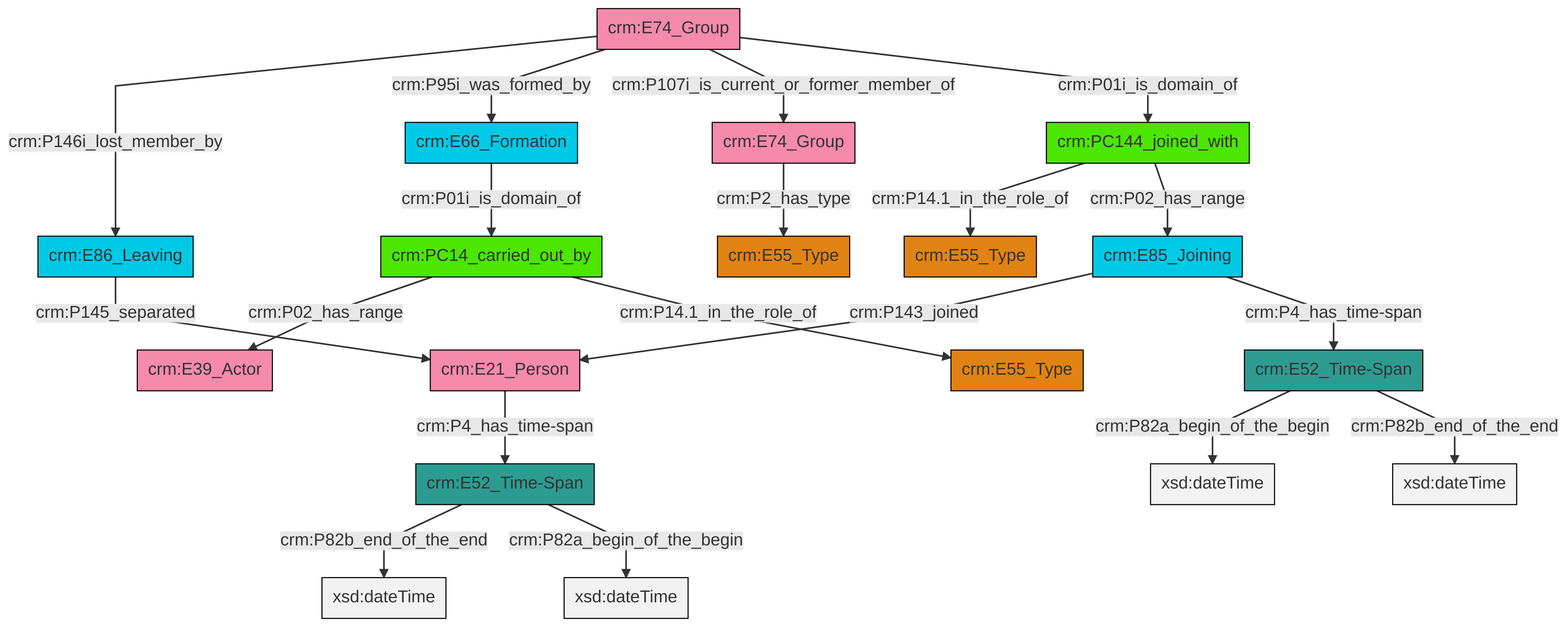
Before: et/groupCSV/ttl/mmd/png/group_actor_relations.png, a diagram exported from Mermaid (swiss-art-research-net/reference-data-models). Its source is kept beside it as et/groupCSV/ttl/mmd/group_actor_relations.ttl.mmd.
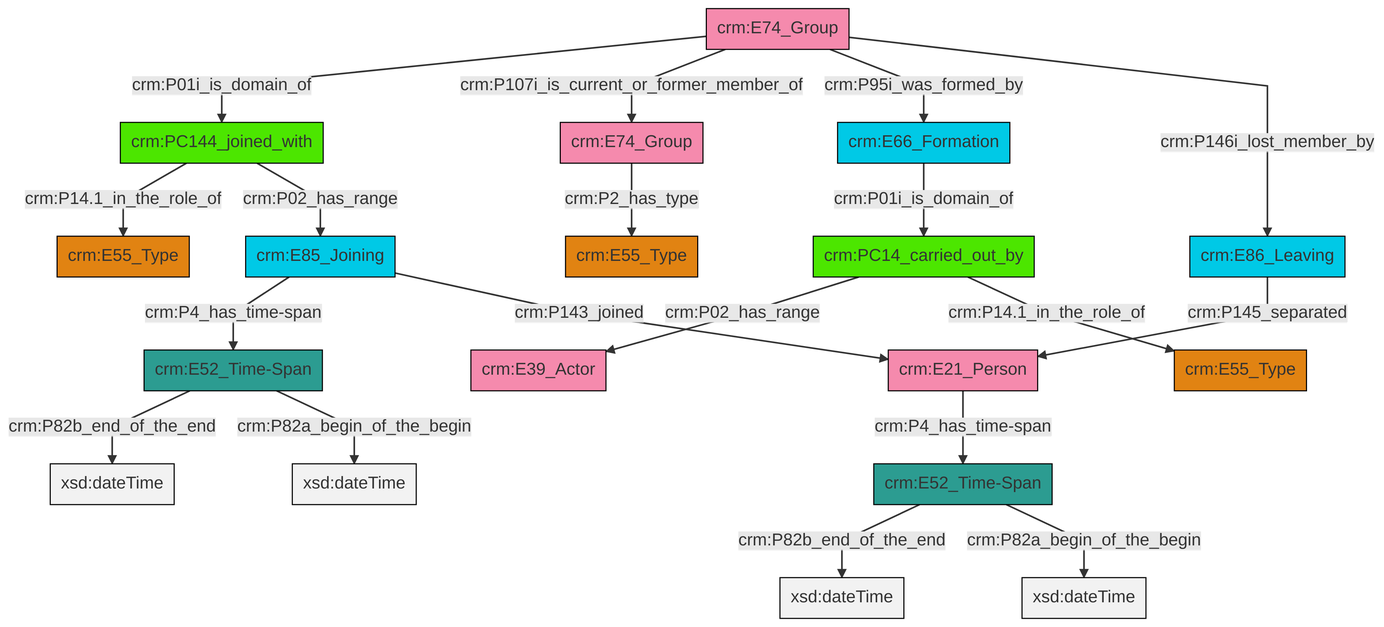
After the commit.

Change to the diagram source:
```diff
@@ -13,21 +13,21 @@
 classDef PC_Classes fill:#4ce600, stroke:#000000;
 classDef Multi fill:#cccccc,stroke:#000000;
 
-0["crm:PC144_joined_with"]:::PC_Classes -->|crm:P14.1_in_the_role_of| 1["crm:E55_Type"]:::Type
-2["crm:E74_Group"]:::Actor -->|crm:P146i_lost_member_by| 3["crm:E86_Leaving"]:::Temporal_Entity
-9["crm:E85_Joining"]:::Temporal_Entity -->|crm:P143_joined| 4["crm:E21_Person"]:::Actor
-10["crm:E52_Time-Span"]:::Time-Span -->|crm:P82b_end_of_the_end| 11[xsd:dateTime]:::Literal
-16["crm:E66_Formation"]:::Temporal_Entity -->|crm:P01i_is_domain_of| 17["crm:PC14_carried_out_by"]:::PC_Classes
-17["crm:PC14_carried_out_by"]:::PC_Classes -->|crm:P02_has_range| 6["crm:E39_Actor"]:::Actor
-9["crm:E85_Joining"]:::Temporal_Entity -->|crm:P4_has_time-span| 22["crm:E52_Time-Span"]:::Time-Span
-4["crm:E21_Person"]:::Actor -->|crm:P4_has_time-span| 10["crm:E52_Time-Span"]:::Time-Span
-17["crm:PC14_carried_out_by"]:::PC_Classes -->|crm:P14.1_in_the_role_of| 18["crm:E55_Type"]:::Type
-2["crm:E74_Group"]:::Actor -->|crm:P95i_was_formed_by| 16["crm:E66_Formation"]:::Temporal_Entity
-10["crm:E52_Time-Span"]:::Time-Span -->|crm:P82a_begin_of_the_begin| 25[xsd:dateTime]:::Literal
-2["crm:E74_Group"]:::Actor -->|crm:P107i_is_current_or_former_member_of| 20["crm:E74_Group"]:::Actor
-2["crm:E74_Group"]:::Actor -->|crm:P01i_is_domain_of| 0["crm:PC144_joined_with"]:::PC_Classes
-22["crm:E52_Time-Span"]:::Time-Span -->|crm:P82a_begin_of_the_begin| 29[xsd:dateTime]:::Literal
-3["crm:E86_Leaving"]:::Temporal_Entity -->|crm:P145_separated| 4["crm:E21_Person"]:::Actor
-0["crm:PC144_joined_with"]:::PC_Classes -->|crm:P02_has_range| 9["crm:E85_Joining"]:::Temporal_Entity
-22["crm:E52_Time-Span"]:::Time-Span -->|crm:P82b_end_of_the_end| 32[xsd:dateTime]:::Literal
-20["crm:E74_Group"]:::Actor -->|crm:P2_has_type| 13["crm:E55_Type"]:::Type
+2["crm:E74_Group"]:::Actor -->|crm:P01i_is_domain_of| 3["crm:PC144_joined_with"]:::PC_Classes
+4["crm:E52_Time-Span"]:::Time-Span -->|crm:P82b_end_of_the_end| 5[xsd:dateTime]:::Literal
+6["crm:PC14_carried_out_by"]:::PC_Classes -->|crm:P02_has_range| 7["crm:E39_Actor"]:::Actor
+3["crm:PC144_joined_with"]:::PC_Classes -->|crm:P14.1_in_the_role_of| 0["crm:E55_Type"]:::Type
+6["crm:PC14_carried_out_by"]:::PC_Classes -->|crm:P14.1_in_the_role_of| 9["crm:E55_Type"]:::Type
+13["crm:E85_Joining"]:::Temporal_Entity -->|crm:P4_has_time-span| 14["crm:E52_Time-Span"]:::Time-Span
+15["crm:E66_Formation"]:::Temporal_Entity -->|crm:P01i_is_domain_of| 6["crm:PC14_carried_out_by"]:::PC_Classes
+16["crm:E86_Leaving"]:::Temporal_Entity -->|crm:P145_separated| 17["crm:E21_Person"]:::Actor
+4["crm:E52_Time-Span"]:::Time-Span -->|crm:P82a_begin_of_the_begin| 19[xsd:dateTime]:::Literal
+2["crm:E74_Group"]:::Actor -->|crm:P107i_is_current_or_former_member_of| 22["crm:E74_Group"]:::Actor
+14["crm:E52_Time-Span"]:::Time-Span -->|crm:P82b_end_of_the_end| 24[xsd:dateTime]:::Literal
+13["crm:E85_Joining"]:::Temporal_Entity -->|crm:P143_joined| 17["crm:E21_Person"]:::Actor
+14["crm:E52_Time-Span"]:::Time-Span -->|crm:P82a_begin_of_the_begin| 27[xsd:dateTime]:::Literal
+3["crm:PC144_joined_with"]:::PC_Classes -->|crm:P02_has_range| 13["crm:E85_Joining"]:::Temporal_Entity
+22["crm:E74_Group"]:::Actor -->|crm:P2_has_type| 11["crm:E55_Type"]:::Type
+17["crm:E21_Person"]:::Actor -->|crm:P4_has_time-span| 4["crm:E52_Time-Span"]:::Time-Span
+2["crm:E74_Group"]:::Actor -->|crm:P95i_was_formed_by| 15["crm:E66_Formation"]:::Temporal_Entity
+2["crm:E74_Group"]:::Actor -->|crm:P146i_lost_member_by| 16["crm:E86_Leaving"]:::Temporal_Entity
```
